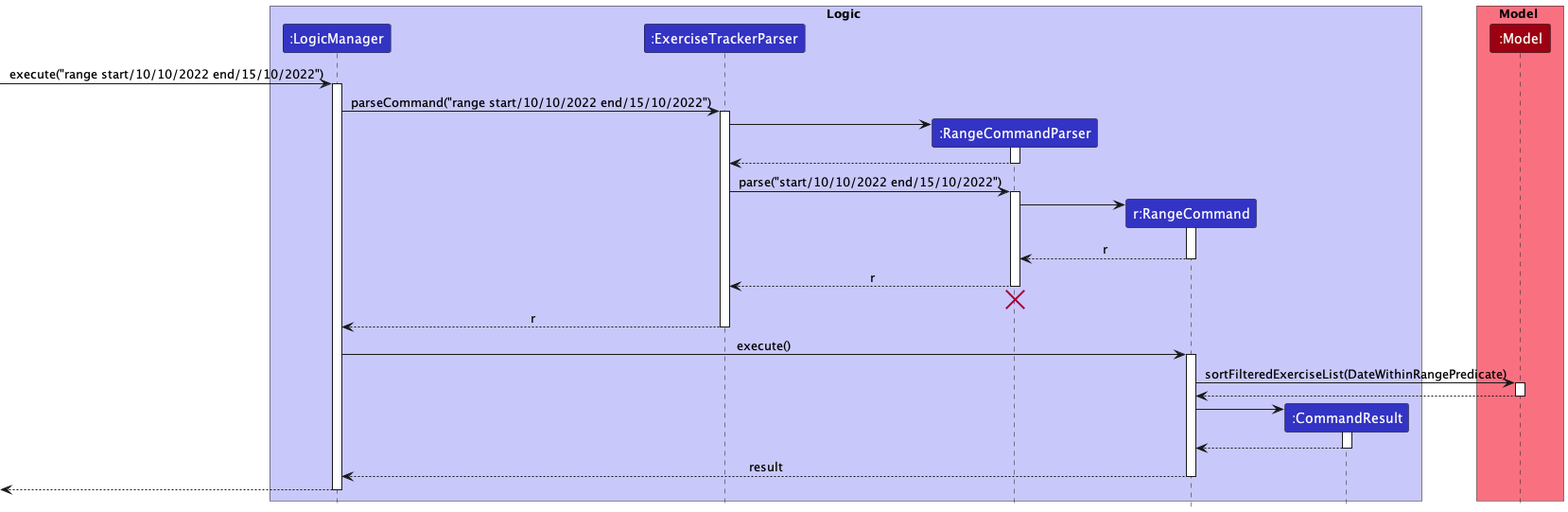
Earlier version of the PlantUML export docs/images/RangeSequenceDiagram.png (nus-cs2103-AY2223S1/tp). Source of this version:
```plantuml
@startuml
!include style.puml

box Logic LOGIC_COLOR_T1
participant ":LogicManager" as LogicManager LOGIC_COLOR
participant ":ExerciseTrackerParser" as ExerciseTrackerParser LOGIC_COLOR
participant ":RangeCommandParser" as RangeCommandParser LOGIC_COLOR
participant "r:RangeCommand" as RangeCommand LOGIC_COLOR
participant ":CommandResult" as CommandResult LOGIC_COLOR
end box

box Model MODEL_COLOR_T1
participant ":Model" as Model MODEL_COLOR
end box

[-> LogicManager : execute("range start/10/10/2022 end/15/10/2022")
activate LogicManager

LogicManager -> ExerciseTrackerParser : parseCommand("range start/10/10/2022 end/15/10/2022")
activate ExerciseTrackerParser

create RangeCommandParser
ExerciseTrackerParser -> RangeCommandParser
activate RangeCommandParser

RangeCommandParser --> ExerciseTrackerParser
deactivate RangeCommandParser

ExerciseTrackerParser -> RangeCommandParser : parse("start/10/10/2022 end/15/10/2022")
activate RangeCommandParser

create RangeCommand
RangeCommandParser -> RangeCommand
activate RangeCommand

RangeCommand --> RangeCommandParser : r
deactivate RangeCommand

RangeCommandParser --> ExerciseTrackerParser : r
deactivate RangeCommandParser
RangeCommandParser -[hidden]-> ExerciseTrackerParser
destroy RangeCommandParser

ExerciseTrackerParser --> LogicManager : r
deactivate ExerciseTrackerParser

LogicManager -> RangeCommand : execute()
activate RangeCommand

RangeCommand -> Model : sortFilteredExerciseList(DateWithinRangePredicate)
activate Model

Model --> RangeCommand
deactivate Model

create CommandResult
RangeCommand -> CommandResult
activate CommandResult

CommandResult --> RangeCommand
deactivate CommandResult

RangeCommand --> LogicManager : result
deactivate RangeCommand

[<--LogicManager
deactivate LogicManager
@enduml
```
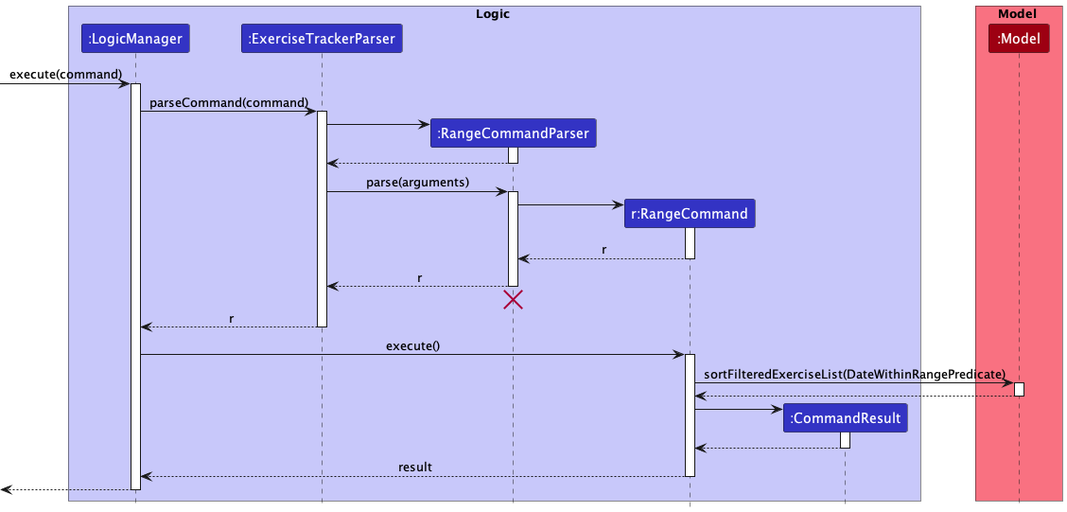
Above is the later version.

What changed in the source:
```diff
@@ -13,10 +13,10 @@
 participant ":Model" as Model MODEL_COLOR
 end box
 
-[-> LogicManager : execute("range start/10/10/2022 end/15/10/2022")
+[-> LogicManager : execute(command)
 activate LogicManager
 
-LogicManager -> ExerciseTrackerParser : parseCommand("range start/10/10/2022 end/15/10/2022")
+LogicManager -> ExerciseTrackerParser : parseCommand(command)
 activate ExerciseTrackerParser
 
 create RangeCommandParser
@@ -26,7 +26,7 @@
 RangeCommandParser --> ExerciseTrackerParser
 deactivate RangeCommandParser
 
-ExerciseTrackerParser -> RangeCommandParser : parse("start/10/10/2022 end/15/10/2022")
+ExerciseTrackerParser -> RangeCommandParser : parse(arguments)
 activate RangeCommandParser
 
 create RangeCommand
```
